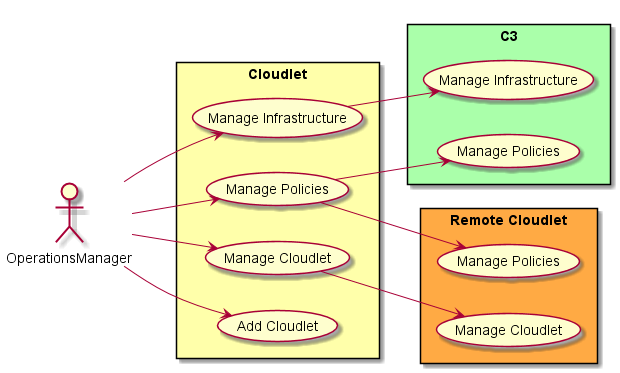
The PlantUML diagram docs/Actors/Operations-Manager/UseCases.png in CAADE/CloudLet, before a commit.
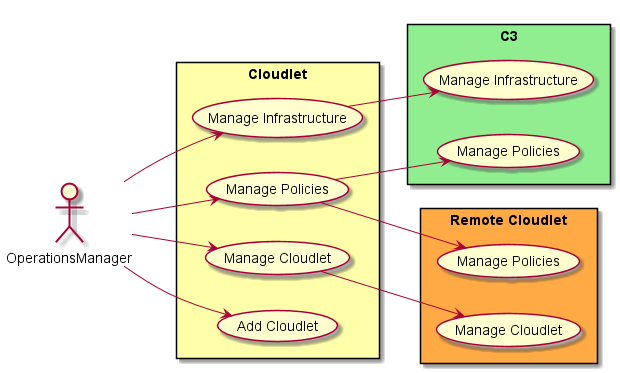
After the change.

What changed in the source:
```diff
@@ -11,7 +11,7 @@
     (Add Cloudlet) as U4
 }
 
-rectangle "C3" #aaffaa {
+rectangle "C3" #lightgreen {
     (Manage Policies) as U12
     (Manage Infrastructure) as U22
 }
```
